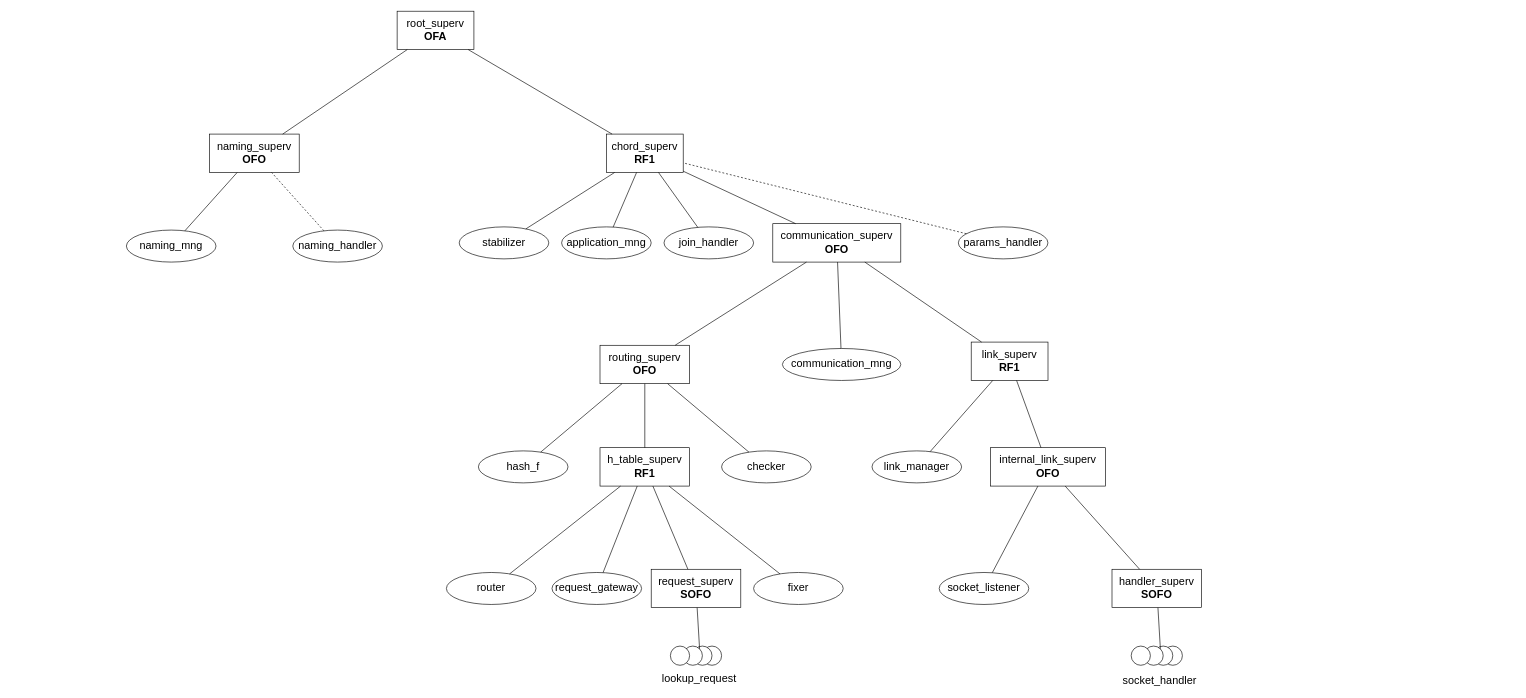
The draw.io diagram Useful files/supervisor_tree.drawio in Robyroc/Echo_rd, before the edit. Source tidied: cells renumbered, new cells numbered last; positions are measured from the earlier drawing's top-left corner, leaving out a move shared by most shapes. Both pictures are drawn from the tidied source at 64%, with x=0, y=0 at pixel (126, 11).
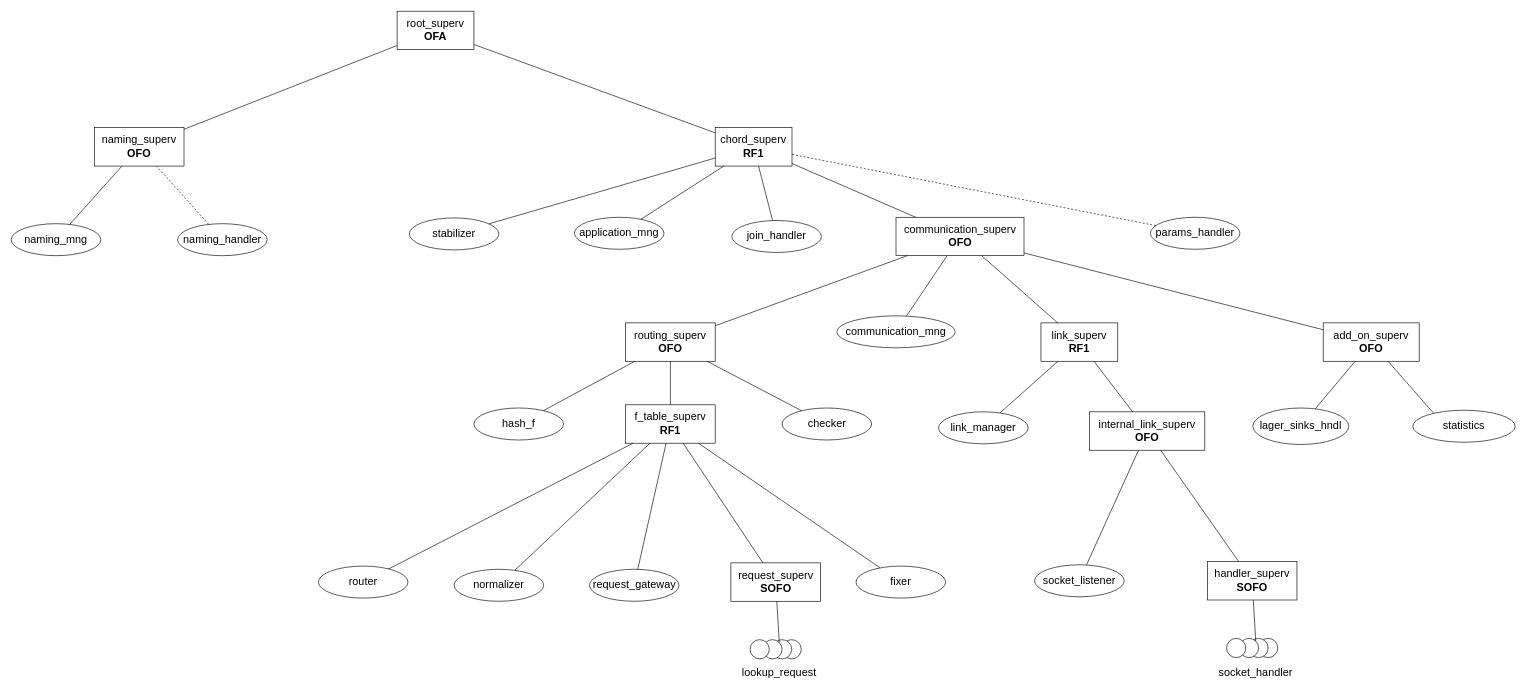
Above is the later version.

Change to the diagram source:
```diff
@@
     <mxCell id="3" value="naming_superv&lt;br&gt;&lt;b&gt;OFO&lt;/b&gt;" style="rounded=0;whiteSpace=wrap;html=1;fontSize=17;" parent="1" vertex="1">
-      <mxGeometry x="130" y="192" width="140" height="60" as="geometry" />
+      <mxGeometry x="-50" y="182" width="140" height="60" as="geometry" />
     </mxCell>
     <mxCell id="4" value="chord_superv&lt;br&gt;&lt;b&gt;RF1&lt;/b&gt;" style="rounded=0;whiteSpace=wrap;html=1;fontSize=17;" parent="1" vertex="1">
-      <mxGeometry x="750" y="192" width="120" height="60" as="geometry" />
+      <mxGeometry x="920" y="182" width="120" height="60" as="geometry" />
     </mxCell>
     <mxCell id="5" value="naming_mng" style="ellipse;whiteSpace=wrap;html=1;fontSize=17;" parent="1" vertex="1">
-      <mxGeometry y="342" width="140" height="50" as="geometry" />
+      <mxGeometry x="-180" y="332" width="140" height="50" as="geometry" />
     </mxCell>
     <mxCell id="6" value="naming_handler" style="ellipse;whiteSpace=wrap;html=1;fontSize=17;" parent="1" vertex="1">
-      <mxGeometry x="260" y="342" width="140" height="50" as="geometry" />
+      <mxGeometry x="80" y="332" width="140" height="50" as="geometry" />
     </mxCell>
@@
     <mxCell id="9" value="stabilizer" style="ellipse;whiteSpace=wrap;html=1;fontSize=17;" parent="1" vertex="1">
-      <mxGeometry x="520" y="337" width="140" height="50" as="geometry" />
+      <mxGeometry x="442" y="323" width="140" height="50" as="geometry" />
     </mxCell>
     <mxCell id="10" value="application_mng" style="ellipse;whiteSpace=wrap;html=1;fontSize=17;" parent="1" vertex="1">
-      <mxGeometry x="680" y="337" width="140" height="50" as="geometry" />
+      <mxGeometry x="700" y="322" width="140" height="50" as="geometry" />
     </mxCell>
     <mxCell id="11" value="join_handler" style="ellipse;whiteSpace=wrap;html=1;fontSize=17;" parent="1" vertex="1">
-      <mxGeometry x="840" y="337" width="140" height="50" as="geometry" />
+      <mxGeometry x="946" y="327" width="140" height="50" as="geometry" />
     </mxCell>
     <mxCell id="12" value="params_handler" style="ellipse;whiteSpace=wrap;html=1;fontSize=17;" parent="1" vertex="1">
-      <mxGeometry x="1299.9" y="337" width="140" height="50" as="geometry" />
+      <mxGeometry x="1599.9" y="322" width="140" height="50" as="geometry" />
     </mxCell>
     <mxCell id="13" value="communication_superv&lt;br&gt;&lt;b&gt;OFO&lt;/b&gt;" style="rounded=0;whiteSpace=wrap;html=1;fontSize=17;" parent="1" vertex="1">
-      <mxGeometry x="1010" y="332" width="200" height="60" as="geometry" />
+      <mxGeometry x="1202.5" y="322" width="200" height="60" as="geometry" />
     </mxCell>
@@
     <mxCell id="19" value="routing_superv&lt;br&gt;&lt;b&gt;OFO&lt;/b&gt;" style="rounded=0;whiteSpace=wrap;html=1;fontSize=17;" parent="1" vertex="1">
-      <mxGeometry x="740" y="522" width="140" height="60" as="geometry" />
+      <mxGeometry x="780" y="487" width="140" height="60" as="geometry" />
     </mxCell>
     <mxCell id="20" value="communication_mng" style="ellipse;whiteSpace=wrap;html=1;fontSize=17;" parent="1" vertex="1">
-      <mxGeometry x="1025" y="527" width="185" height="50" as="geometry" />
+      <mxGeometry x="1110" y="476" width="185" height="50" as="geometry" />
     </mxCell>
     <mxCell id="21" value="link_superv&lt;br&gt;&lt;b&gt;RF1&lt;/b&gt;" style="rounded=0;whiteSpace=wrap;html=1;fontSize=17;" parent="1" vertex="1">
-      <mxGeometry x="1320" y="517" width="120" height="60" as="geometry" />
+      <mxGeometry x="1429" y="487" width="120" height="60" as="geometry" />
     </mxCell>
@@
     <mxCell id="25" value="hash_f" style="ellipse;whiteSpace=wrap;html=1;fontSize=17;" parent="1" vertex="1">
-      <mxGeometry x="550" y="687" width="140" height="50" as="geometry" />
+      <mxGeometry x="543" y="620" width="140" height="50" as="geometry" />
     </mxCell>
-    <mxCell id="26" value="h_table_superv&lt;br&gt;&lt;b&gt;RF1&lt;/b&gt;" style="rounded=0;whiteSpace=wrap;html=1;fontSize=17;" parent="1" vertex="1">
-      <mxGeometry x="740" y="682" width="140" height="60" as="geometry" />
+    <mxCell id="26" value="f_table_superv&lt;br&gt;&lt;b&gt;RF1&lt;/b&gt;" style="rounded=0;whiteSpace=wrap;html=1;fontSize=17;" parent="1" vertex="1">
+      <mxGeometry x="780" y="615" width="140" height="60" as="geometry" />
     </mxCell>
     <mxCell id="27" value="checker" style="ellipse;whiteSpace=wrap;html=1;fontSize=17;" parent="1" vertex="1">
-      <mxGeometry x="930" y="687" width="140" height="50" as="geometry" />
+      <mxGeometry x="1024.5" y="620" width="140" height="50" as="geometry" />
     </mxCell>
@@
     <mxCell id="31" value="router" style="ellipse;whiteSpace=wrap;html=1;fontSize=17;" parent="1" vertex="1">
-      <mxGeometry x="500" y="877" width="140" height="50" as="geometry" />
+      <mxGeometry x="300" y="867" width="140" height="50" as="geometry" />
     </mxCell>
     <mxCell id="32" value="request_gateway" style="ellipse;whiteSpace=wrap;html=1;fontSize=17;" parent="1" vertex="1">
-      <mxGeometry x="665" y="877" width="140" height="50" as="geometry" />
+      <mxGeometry x="723.5" y="872" width="140" height="50" as="geometry" />
     </mxCell>
     <mxCell id="33" value="request_superv&lt;br&gt;&lt;b&gt;SOFO&lt;/b&gt;" style="rounded=0;whiteSpace=wrap;html=1;fontSize=17;" parent="1" vertex="1">
-      <mxGeometry x="820" y="872" width="140" height="60" as="geometry" />
+      <mxGeometry x="944.5" y="862" width="140" height="60" as="geometry" />
     </mxCell>
     <mxCell id="34" value="fixer" style="ellipse;whiteSpace=wrap;html=1;fontSize=17;" parent="1" vertex="1">
-      <mxGeometry x="980" y="877" width="140" height="50" as="geometry" />
+      <mxGeometry x="1140" y="867" width="140" height="50" as="geometry" />
     </mxCell>
@@
     <mxCell id="39" style="ellipse;whiteSpace=wrap;html=1;fontSize=17;" parent="1" vertex="1">
-      <mxGeometry x="900" y="992" width="30" height="30" as="geometry" />
+      <mxGeometry x="1024.5" y="982" width="30" height="30" as="geometry" />
     </mxCell>
     <mxCell id="40" style="ellipse;whiteSpace=wrap;html=1;fontSize=17;" parent="1" vertex="1">
-      <mxGeometry x="885" y="992" width="30" height="30" as="geometry" />
+      <mxGeometry x="1009.5" y="982" width="30" height="30" as="geometry" />
     </mxCell>
     <mxCell id="41" style="ellipse;whiteSpace=wrap;html=1;fontSize=17;" parent="1" vertex="1">
-      <mxGeometry x="870" y="992" width="30" height="30" as="geometry" />
+      <mxGeometry x="994.5" y="982" width="30" height="30" as="geometry" />
     </mxCell>
     <mxCell id="42" style="ellipse;whiteSpace=wrap;html=1;fontSize=17;" parent="1" vertex="1">
-      <mxGeometry x="850" y="992" width="30" height="30" as="geometry" />
+      <mxGeometry x="974.5" y="982" width="30" height="30" as="geometry" />
     </mxCell>
@@
     <mxCell id="44" value="link_manager" style="ellipse;whiteSpace=wrap;html=1;fontSize=17;" parent="1" vertex="1">
-      <mxGeometry x="1165" y="687" width="140" height="50" as="geometry" />
+      <mxGeometry x="1269" y="626" width="140" height="50" as="geometry" />
     </mxCell>
@@
     <mxCell id="46" value="internal_link_superv&lt;br&gt;&lt;b&gt;OFO&lt;/b&gt;" style="rounded=0;whiteSpace=wrap;html=1;fontSize=17;" parent="1" vertex="1">
-      <mxGeometry x="1350" y="682" width="180" height="60" as="geometry" />
+      <mxGeometry x="1505" y="626" width="180" height="60" as="geometry" />
     </mxCell>
@@
     <mxCell id="48" value="socket_listener" style="ellipse;whiteSpace=wrap;html=1;fontSize=17;" parent="1" vertex="1">
-      <mxGeometry x="1270" y="877" width="140" height="50" as="geometry" />
+      <mxGeometry x="1419" y="865" width="140" height="50" as="geometry" />
     </mxCell>
     <mxCell id="49" value="handler_superv&lt;br&gt;&lt;b&gt;SOFO&lt;/b&gt;" style="rounded=0;whiteSpace=wrap;html=1;fontSize=17;" parent="1" vertex="1">
-      <mxGeometry x="1540" y="872" width="140" height="60" as="geometry" />
+      <mxGeometry x="1689" y="860" width="140" height="60" as="geometry" />
     </mxCell>
     <mxCell id="50" style="ellipse;whiteSpace=wrap;html=1;fontSize=17;" parent="1" vertex="1">
-      <mxGeometry x="1620" y="992" width="30" height="30" as="geometry" />
+      <mxGeometry x="1769" y="980" width="30" height="30" as="geometry" />
     </mxCell>
     <mxCell id="51" style="ellipse;whiteSpace=wrap;html=1;fontSize=17;" parent="1" vertex="1">
-      <mxGeometry x="1605" y="992" width="30" height="30" as="geometry" />
+      <mxGeometry x="1754" y="980" width="30" height="30" as="geometry" />
     </mxCell>
     <mxCell id="52" style="ellipse;whiteSpace=wrap;html=1;fontSize=17;" parent="1" vertex="1">
-      <mxGeometry x="1590" y="992" width="30" height="30" as="geometry" />
+      <mxGeometry x="1739" y="980" width="30" height="30" as="geometry" />
     </mxCell>
     <mxCell id="53" style="ellipse;whiteSpace=wrap;html=1;fontSize=17;" parent="1" vertex="1">
-      <mxGeometry x="1570" y="992" width="30" height="30" as="geometry" />
+      <mxGeometry x="1719" y="980" width="30" height="30" as="geometry" />
     </mxCell>
@@
     <mxCell id="59" value="socket_handler" style="text;html=1;align=left;verticalAlign=top;spacingTop=-4;fontSize=17;" parent="1" vertex="1">
-      <mxGeometry x="1555" y="1033" width="130" height="20" as="geometry" />
+      <mxGeometry x="1705" y="1021" width="130" height="20" as="geometry" />
     </mxCell>
     <mxCell id="60" value="lookup_request" style="text;html=1;align=left;verticalAlign=top;spacingTop=-4;fontSize=17;" parent="1" vertex="1">
-      <mxGeometry x="835" y="1031" width="130" height="20" as="geometry" />
+      <mxGeometry x="959.5" y="1021" width="130" height="20" as="geometry" />
     </mxCell>
+    <mxCell id="61" value="add_on_superv&lt;br&gt;&lt;b&gt;OFO&lt;/b&gt;" style="rounded=0;whiteSpace=wrap;html=1;fontSize=17;" parent="1" vertex="1">
+      <mxGeometry x="1870" y="487" width="150" height="60" as="geometry" />
+    </mxCell>
+    <mxCell id="62" style="endArrow=none;html=1;fontSize=17;" parent="1" edge="1" source="61" target="13">
+      <mxGeometry relative="1" as="geometry" />
+    </mxCell>
+    <mxCell id="63" value="lager_sinks_hndl" style="ellipse;whiteSpace=wrap;html=1;fontSize=17;" parent="1" vertex="1">
+      <mxGeometry x="1760" y="620" width="150" height="57" as="geometry" />
+    </mxCell>
+    <mxCell id="64" value="statistics" style="ellipse;whiteSpace=wrap;html=1;fontSize=17;" parent="1" vertex="1">
+      <mxGeometry x="2010" y="623.5" width="160" height="50" as="geometry" />
+    </mxCell>
+    <mxCell id="65" style="endArrow=none;html=1;fontSize=17;" parent="1" edge="1" source="63" target="61">
+      <mxGeometry relative="1" as="geometry" />
+    </mxCell>
+    <mxCell id="66" style="endArrow=none;html=1;fontSize=17;" parent="1" edge="1" target="61">
+      <mxGeometry relative="1" as="geometry">
+        <mxPoint x="2042.5" y="628.1" as="sourcePoint" />
+      </mxGeometry>
+    </mxCell>
+    <mxCell id="67" value="normalizer" style="ellipse;whiteSpace=wrap;html=1;fontSize=17;" parent="1" vertex="1">
+      <mxGeometry x="512" y="872" width="140" height="50" as="geometry" />
+    </mxCell>
+    <mxCell id="68" style="endArrow=none;html=1;fontSize=17;" parent="1" edge="1" source="67" target="26">
+      <mxGeometry relative="1" as="geometry" />
+    </mxCell>
```
